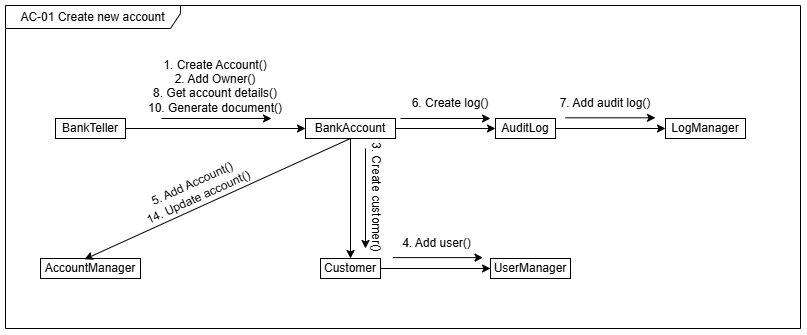
Earlier version of the draw.io export diagrams/collaboration-diagrams/CC_AM_01.png (Markl1T/bank-management-system). Source tidied: cells renumbered, new cells last; positions are measured from the earlier drawing's top-left corner, leaving out a move shared by most shapes.
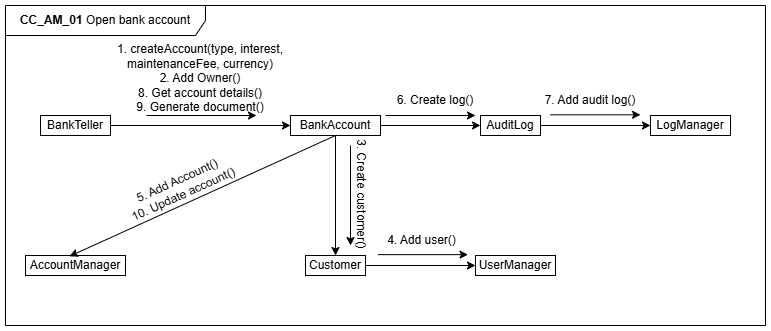
Above is the later version.

Commit message:
update account management collaboration diagrams

Change to the diagram source:
```diff
@@ -35,8 +35,8 @@
     <mxCell id="12" value="AuditLog" style="rounded=0;whiteSpace=wrap;html=1;" parent="1" vertex="1">
       <mxGeometry x="490" y="113" width="60" height="20" as="geometry" />
     </mxCell>
-    <mxCell id="13" value="1. Create Account()&lt;div&gt;2. Add Owner()&lt;/div&gt;&lt;div&gt;8. Get account details()&lt;/div&gt;&lt;div&gt;10. Generate document()&lt;/div&gt;&lt;div&gt;&lt;br&gt;&lt;/div&gt;" style="text;html=1;align=center;verticalAlign=middle;whiteSpace=wrap;rounded=0;" parent="1" vertex="1">
-      <mxGeometry x="135" y="73" width="150" height="30" as="geometry" />
+    <mxCell id="13" value="1. createAccount(type, interest, maintenanceFee, currency)&lt;div&gt;2. Add Owner()&lt;/div&gt;&lt;div&gt;8. Get account details()&lt;/div&gt;&lt;div&gt;9. Generate document()&lt;/div&gt;&lt;div&gt;&lt;br&gt;&lt;/div&gt;" style="text;html=1;align=center;verticalAlign=middle;whiteSpace=wrap;rounded=0;" parent="1" vertex="1">
+      <mxGeometry x="105" y="53" width="210" height="60" as="geometry" />
     </mxCell>
     <mxCell id="14" style="endArrow=classic;html=1;rounded=0;" parent="1" edge="1">
       <mxGeometry relative="1" as="geometry">
@@ -86,11 +86,11 @@
     <mxCell id="24" style="endArrow=classic;html=1;rounded=0;exitX=0.5;exitY=1;exitDx=0;exitDy=0;entryX=0.44;entryY=0.041;entryDx=0;entryDy=0;entryPerimeter=0;" parent="1" edge="1" source="9" target="10">
       <mxGeometry relative="1" as="geometry" />
     </mxCell>
-    <mxCell id="25" value="5. Add Account()&lt;br&gt;14. Update account()" style="text;html=1;align=center;verticalAlign=middle;whiteSpace=wrap;rounded=0;rotation=-24.5;" parent="1" vertex="1">
+    <mxCell id="25" value="5. Add Account()&lt;br&gt;10. Update account()" style="text;html=1;align=center;verticalAlign=middle;whiteSpace=wrap;rounded=0;rotation=-24.5;" parent="1" vertex="1">
       <mxGeometry x="129.5" y="170" width="120" height="30" as="geometry" />
     </mxCell>
-    <mxCell id="26" value="AC-01 Create new account" style="shape=umlFrame;whiteSpace=wrap;html=1;width=175;height=23;" parent="1" vertex="1">
-      <mxGeometry width="795" height="323" as="geometry" />
+    <mxCell id="26" value="&lt;b&gt;CC_AM_01&lt;/b&gt; Open bank account" style="shape=umlFrame;whiteSpace=wrap;html=1;width=200;height=30;" parent="1" vertex="1">
+      <mxGeometry x="15" y="3" width="760" height="320" as="geometry" />
     </mxCell>
   </root>
 </mxGraphModel>
```
